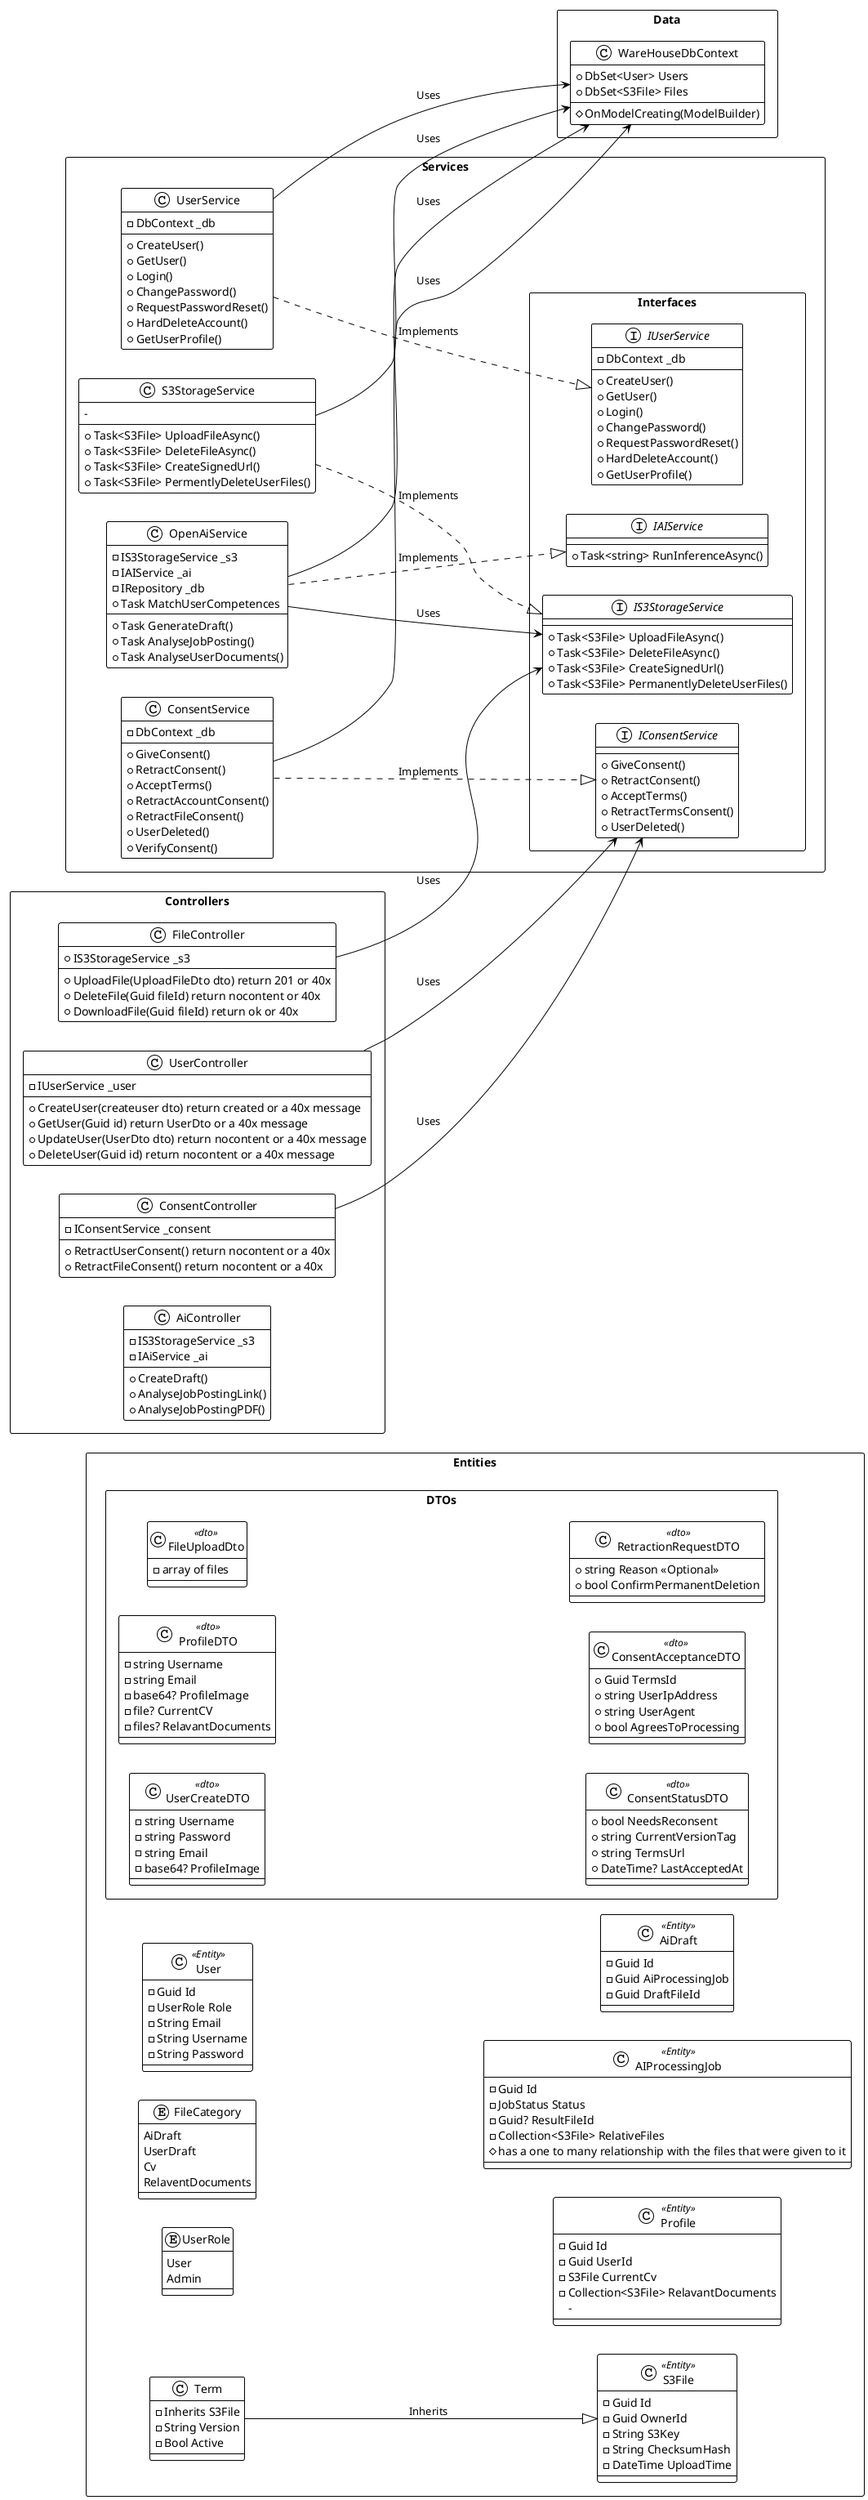
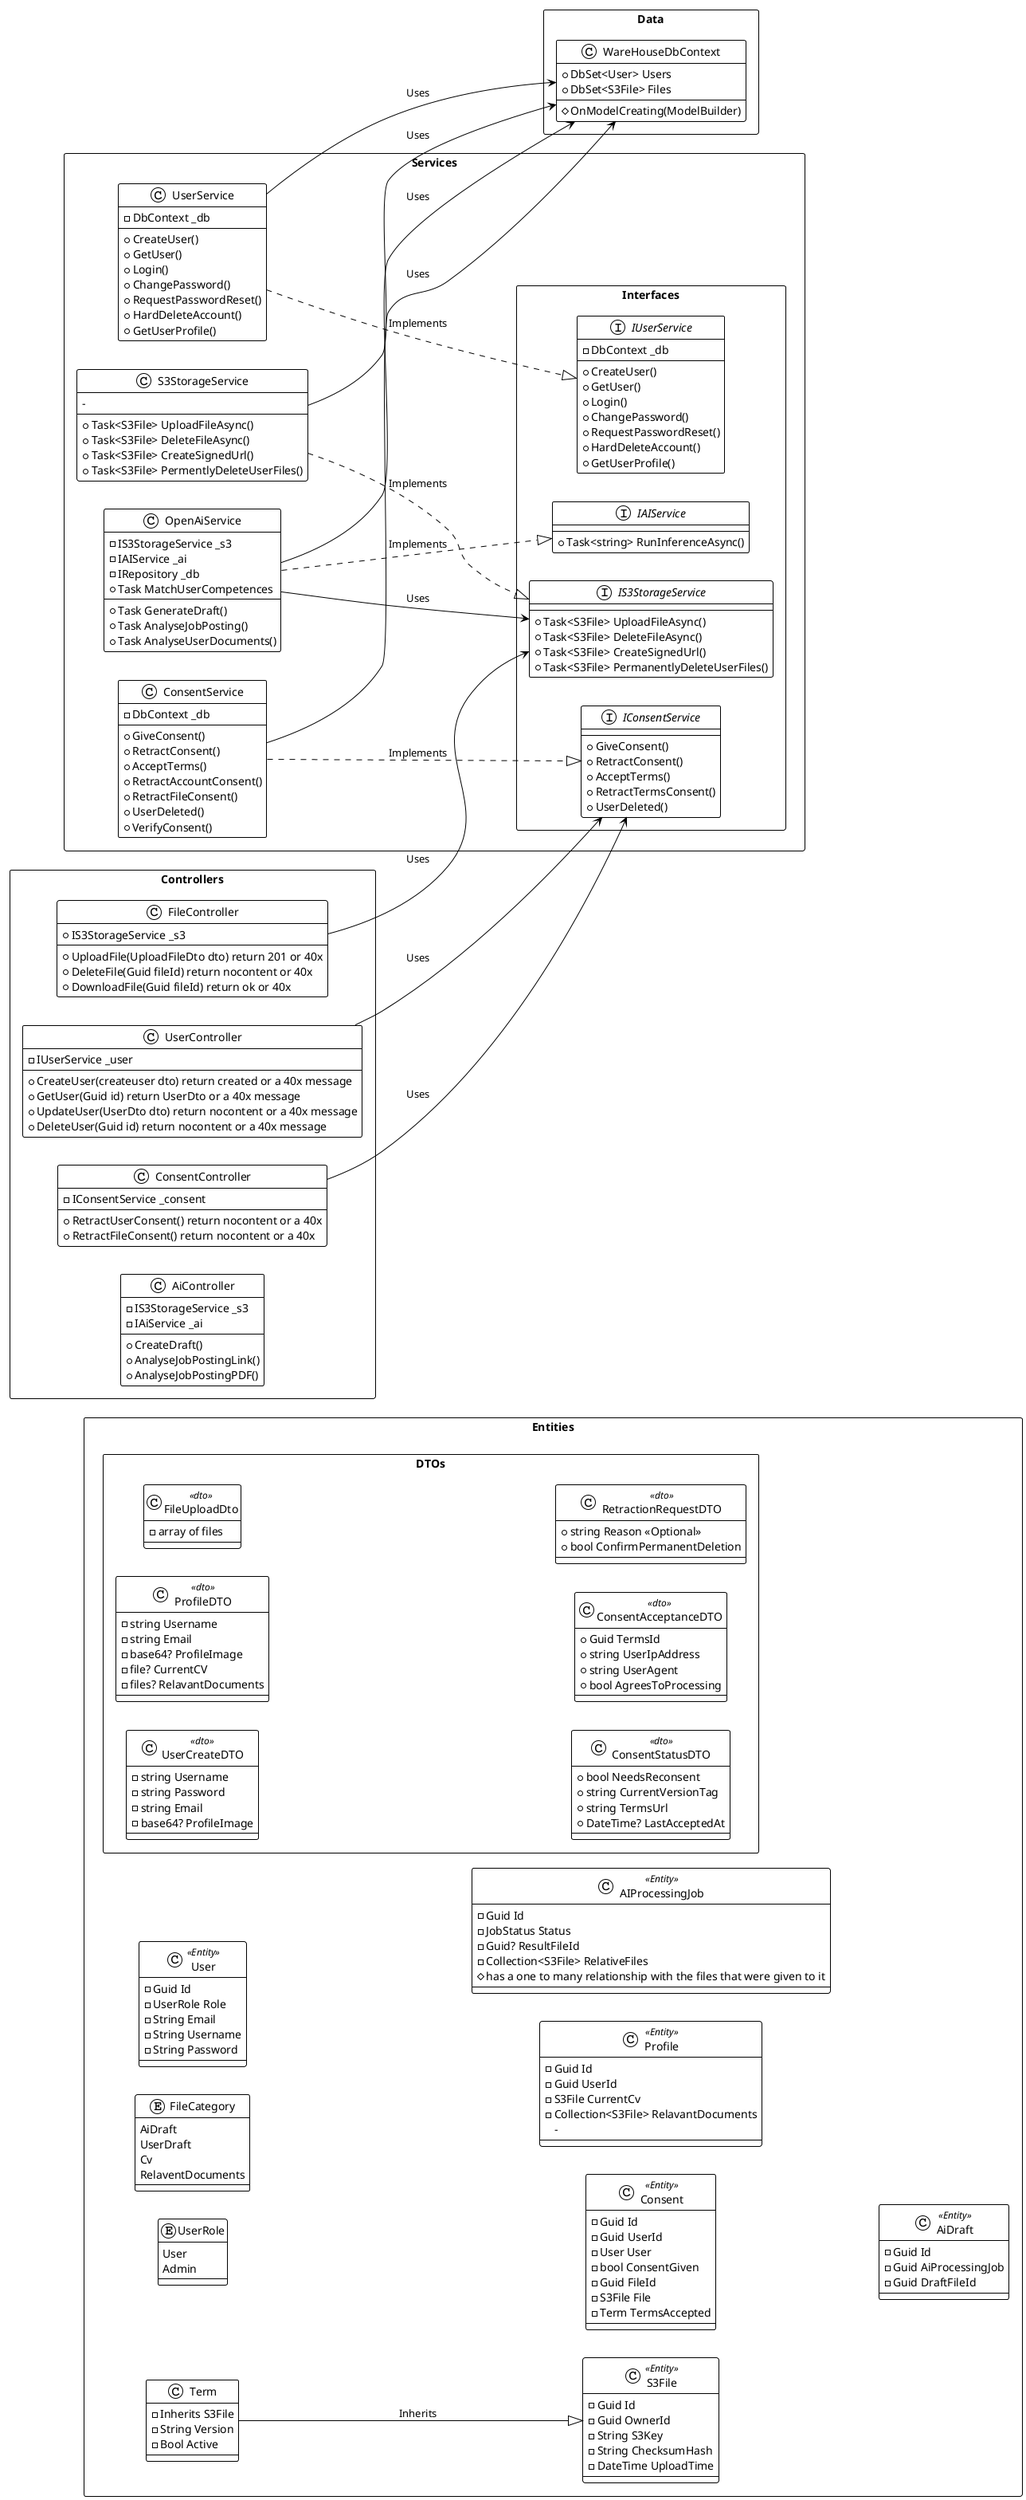
@startuml
!theme plain
skinparam PackageStyle rectangle
left to right direction


package "Entities" {
  package "DTOs"{
    class UserCreateDTO <<dto>>{
      - string Username
      - string Password
      - string Email
      - base64? ProfileImage
    }

    class ProfileDTO<<dto>>{
      - string Username
      - string Email
      - base64? ProfileImage
      - file? CurrentCV
      - files? RelavantDocuments
    }

    class FileUploadDto <<dto>>{
      - array of files
    }

    class ConsentStatusDTO <<dto>> {
        + bool NeedsReconsent
        + string CurrentVersionTag
        + string TermsUrl
        + DateTime? LastAcceptedAt
    }

    class ConsentAcceptanceDTO <<dto>> {
        + Guid TermsId
        + string UserIpAddress
        + string UserAgent
        + bool AgreesToProcessing
    }

    class RetractionRequestDTO <<dto>> {
        + string Reason <<Optional>>
        + bool ConfirmPermanentDeletion
    }

  }
    enum UserRole {
        User
        Admin
    }

    enum FileCategory{
      AiDraft
      UserDraft
      Cv
      RelaventDocuments
    }

    class User <<Entity>> {
        - Guid Id
        - UserRole Role
        - String Email
        - String Username
        - String Password
+     }
+ 
+     class Consent <<Entity>> {
+         - Guid Id
+         - Guid UserId
+         - User User
+         - bool ConsentGiven
+         - Guid FileId
+         - S3File File
+         - Term TermsAccepted
    }

    class Profile <<Entity>>{
      - Guid Id
      - Guid UserId
      - S3File CurrentCv
      - Collection<S3File> RelavantDocuments
      -
    }

    class S3File <<Entity>> {
        - Guid Id
        - Guid OwnerId
        - String S3Key
        - String ChecksumHash
        - DateTime UploadTime

    }

    class AIProcessingJob <<Entity>> {
        - Guid Id
        - JobStatus Status
        - Guid? ResultFileId
        - Collection<S3File> RelativeFiles
#has a one to many relationship with the files that were given to it
    }

    class AiDraft <<Entity>>{
      - Guid Id
      - Guid AiProcessingJob
      - Guid DraftFileId
    }

    class Term{
      - Inherits S3File
      - String Version
      - Bool Active

    }


    Term --|> S3File : Inherits
}

package "Services" {
    package "Interfaces"{
      interface IS3StorageService {
        + Task<S3File> UploadFileAsync()
        + Task<S3File> DeleteFileAsync()
        + Task<S3File> CreateSignedUrl()
        + Task<S3File> PermanentlyDeleteUserFiles()
      }

      interface IAIService {
          + Task<string> RunInferenceAsync()
      }

      interface IConsentService {
      + GiveConsent()
      + RetractConsent()
      + AcceptTerms()
      + RetractTermsConsent()
      + UserDeleted()
      }

      interface IUserService{
      - DbContext _db
      + CreateUser()
      + GetUser()
      + Login()
      + ChangePassword()
      + RequestPasswordReset()
      + HardDeleteAccount()
      + GetUserProfile()
    }
    }

    class OpenAiService {
        - IS3StorageService _s3
        - IAIService _ai
        - IRepository _db
        + Task GenerateDraft()
        + Task AnalyseJobPosting()
        + Task AnalyseUserDocuments()
        + Task MatchUserCompetences
    }

    class S3StorageService {
        -
        + Task<S3File> UploadFileAsync()
        + Task<S3File> DeleteFileAsync()
        + Task<S3File> CreateSignedUrl()
        + Task<S3File> PermentlyDeleteUserFiles()
    }

    class ConsentService {
      - DbContext _db
      + GiveConsent()
      + RetractConsent()
      + AcceptTerms()
      + RetractAccountConsent()
      + RetractFileConsent()
      + UserDeleted()
      + VerifyConsent()

    }

    class UserService{
      - DbContext _db
      + CreateUser()
      + GetUser()
      + Login()
      + ChangePassword()
      + RequestPasswordReset()
      + HardDeleteAccount()
      + GetUserProfile()
    }

OpenAiService ..|> IAIService : Implements
UserService ..|> IUserService : Implements
OpenAiService --> IS3StorageService : Uses
ConsentService ..|> IConsentService : Implements
S3StorageService ..|> IS3StorageService : Implements
}

package "Controllers"{
  class UserController{
    - IUserService _user
    + CreateUser(createuser dto) return created or a 40x message
    + GetUser(Guid id) return UserDto or a 40x message
    + UpdateUser(UserDto dto) return nocontent or a 40x message
    + DeleteUser(Guid id) return nocontent or a 40x message
  }

  class FileController{
    + IS3StorageService _s3
    + UploadFile(UploadFileDto dto) return 201 or 40x
    + DeleteFile(Guid fileId) return nocontent or 40x
    + DownloadFile(Guid fileId) return ok or 40x
  }

  class ConsentController{
    - IConsentService _consent
    + RetractUserConsent() return nocontent or a 40x
    + RetractFileConsent() return nocontent or a 40x
  }

  class AiController{
    - IS3StorageService _s3
    - IAiService _ai
    + CreateDraft()
    + AnalyseJobPostingLink()
    + AnalyseJobPostingPDF()
  }

FileController --> IS3StorageService : Uses
ConsentController --> IConsentService : Uses
UserController --> IConsentService : Uses
}

package "Data" {
    class WareHouseDbContext {
        + DbSet<User> Users
        + DbSet<S3File> Files
        --
        # OnModelCreating(ModelBuilder)
    }
OpenAiService --> WareHouseDbContext : Uses
ConsentService --> WareHouseDbContext : Uses
S3StorageService --> WareHouseDbContext : Uses
UserService --> WareHouseDbContext : Uses
}

@enduml